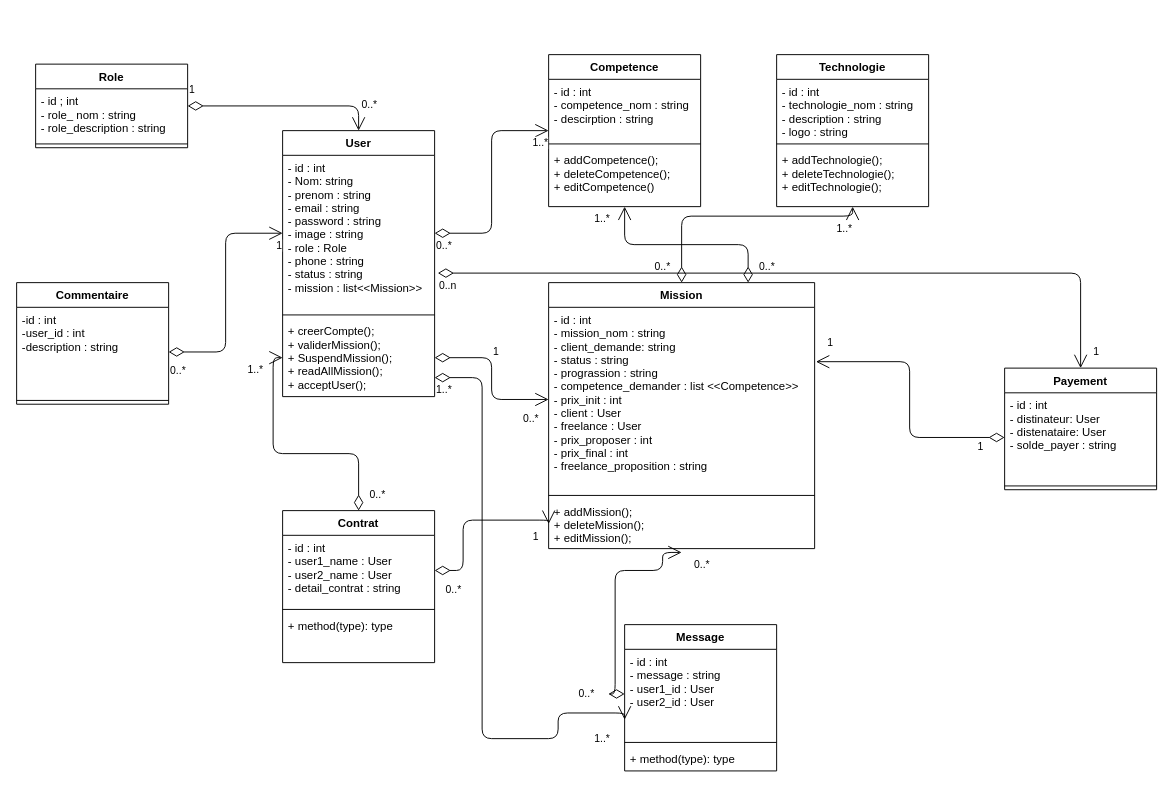
Earlier version of the draw.io diagram ClassDiagram.drawio (abdell3/WorkHub-Platform-Freelencing). Source tidied: cells renumbered, new cells numbered last; positions are measured from the earlier drawing's top-left corner, leaving out a move shared by most shapes. Both pictures are drawn from the tidied source at 95%, with x=0, y=0 at pixel (16, 54).
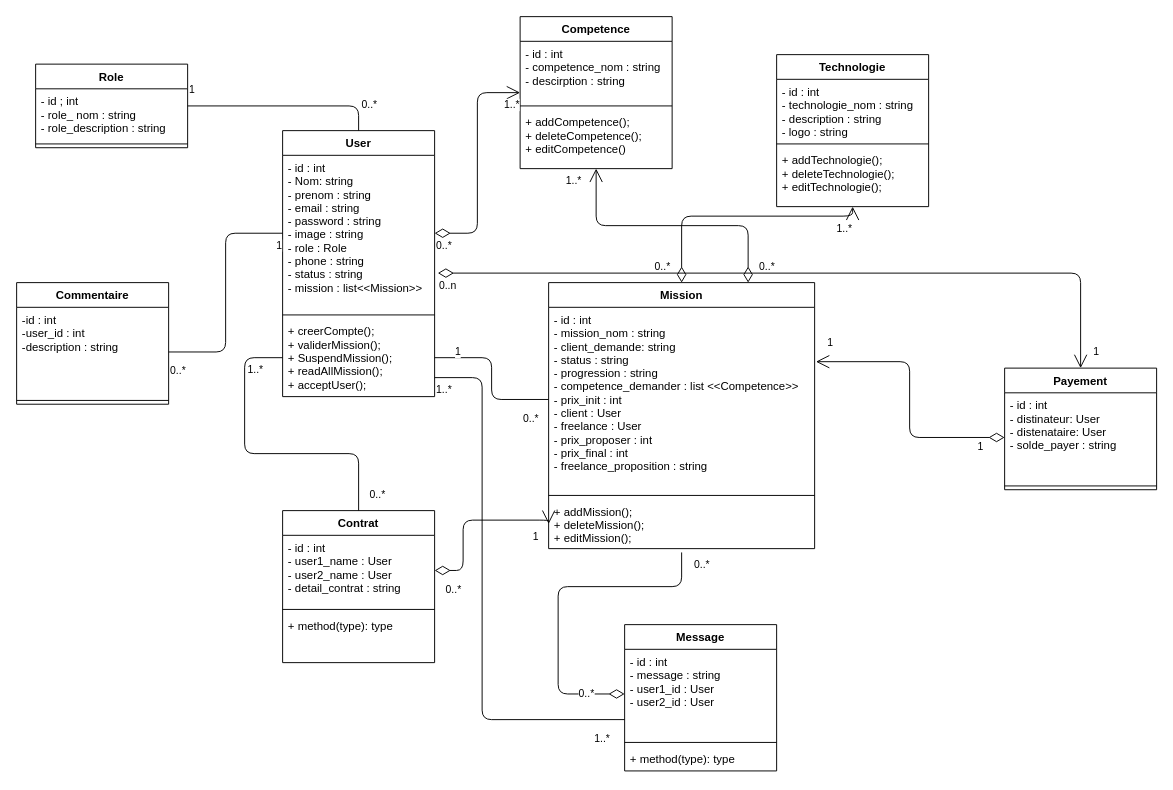
Above is the later version.

Unchanged cells that the change refers to:
```xml
<mxCell id="2" value="User" style="swimlane;fontStyle=1;align=center;verticalAlign=top;horizontal=1;startSize=26;" parent="1" vertex="1">
  <mxGeometry x="280" y="80" width="160" height="280" as="geometry" />
</mxCell>
<mxCell id="3" value="- id : int&#10;- Nom: string&#10;- prenom : string&#10;- email : string&#10;- password : string&#10;- image : string&#10;- role : Role &#10;- phone : string&#10;- status : string&#10;- mission : list&lt;&lt;Mission&gt;&gt;&#10;&#10;" style="text;strokeColor=none;fillColor=none;align=left;verticalAlign=top;spacingLeft=4;spacingRight=4;overflow=hidden;points=[[0,0.5],[1,0.5]];portConstraint=eastwest;" parent="2" vertex="1">
  <mxGeometry y="26" width="160" height="164" as="geometry" />
</mxCell>
<mxCell id="5" value="+ creerCompte();&#10;+ validerMission();&#10;+ SuspendMission();&#10;+ readAllMission();&#10;+ acceptUser();" style="text;strokeColor=none;fillColor=none;align=left;verticalAlign=top;spacingLeft=4;spacingRight=4;overflow=hidden;points=[[0,0.5],[1,0.5]];portConstraint=eastwest;" parent="2" vertex="1">
  <mxGeometry y="198" width="160" height="82" as="geometry" />
</mxCell>
<mxCell id="6" value="Role" style="swimlane;fontStyle=1;align=center;verticalAlign=top;horizontal=1;startSize=26;" parent="1" vertex="1">
  <mxGeometry x="20" y="10" width="160" height="88" as="geometry" />
</mxCell>
<mxCell id="9" value="Mission" style="swimlane;fontStyle=1;align=center;verticalAlign=top;horizontal=1;startSize=26;" parent="1" vertex="1">
  <mxGeometry x="560" y="240" width="280" height="280" as="geometry" />
</mxCell>
<mxCell id="37" value="-id : int&#10;-user_id : int&#10;-description : string " style="text;strokeColor=none;fillColor=none;align=left;verticalAlign=top;spacingLeft=4;spacingRight=4;overflow=hidden;points=[[0,0.5],[1,0.5]];portConstraint=eastwest;" parent="36" vertex="1">
  <mxGeometry y="26" width="160" height="94" as="geometry" />
</mxCell>
<mxCell id="40" value="- id : int&#10;- message : string&#10;- user1_id : User&#10;- user2_id : User" style="text;strokeColor=none;fillColor=none;align=left;verticalAlign=top;spacingLeft=4;spacingRight=4;overflow=hidden;points=[[0,0.5],[1,0.5]];portConstraint=eastwest;" parent="39" vertex="1">
  <mxGeometry y="26" width="160" height="94" as="geometry" />
</mxCell>
<mxCell id="49" value="Contrat" style="swimlane;fontStyle=1;align=center;verticalAlign=top;horizontal=1;startSize=26;" parent="1" vertex="1">
  <mxGeometry x="280" y="480" width="160" height="160" as="geometry" />
</mxCell>
<mxCell id="56" value="Payement" style="swimlane;fontStyle=1;align=center;verticalAlign=top;horizontal=1;startSize=26;" parent="1" vertex="1">
  <mxGeometry x="1040" y="330" width="160" height="128" as="geometry" />
</mxCell>
```

Diff of the diagram source:
```diff
@@
-    <mxCell id="10" value="- id : int &#10;- mission_nom : string&#10;- client_demande: string&#10;- status : string&#10;- prograssion : string&#10;- competence_demander : list &lt;&lt;Competence&gt;&gt;&#10;- prix_init : int&#10;- client : User&#10;- freelance : User&#10;- prix_proposer : int&#10;- prix_final : int&#10;- freelance_proposition : string" style="text;strokeColor=none;fillColor=none;align=left;verticalAlign=top;spacingLeft=4;spacingRight=4;overflow=hidden;points=[[0,0.5],[1,0.5]];portConstraint=eastwest;" parent="9" vertex="1">
+    <mxCell id="10" value="- id : int &#10;- mission_nom : string&#10;- client_demande: string&#10;- status : string&#10;- progression : string&#10;- competence_demander : list &lt;&lt;Competence&gt;&gt;&#10;- prix_init : int&#10;- client : User&#10;- freelance : User&#10;- prix_proposer : int&#10;- prix_final : int&#10;- freelance_proposition : string" style="text;strokeColor=none;fillColor=none;align=left;verticalAlign=top;spacingLeft=4;spacingRight=4;overflow=hidden;points=[[0,0.5],[1,0.5]];portConstraint=eastwest;" parent="9" vertex="1">
       <mxGeometry y="26" width="280" height="194" as="geometry" />
     </mxCell>
@@
     <mxCell id="13" value="Competence" style="swimlane;fontStyle=1;align=center;verticalAlign=top;horizontal=1;startSize=26;" parent="1" vertex="1">
-      <mxGeometry x="560" width="160" height="160" as="geometry" />
+      <mxGeometry x="530" y="-40" width="160" height="160" as="geometry" />
     </mxCell>
@@
-    <mxCell id="24" style="endArrow=open;html=1;endSize=12;startArrow=diamondThin;startSize=14;startFill=0;edgeStyle=orthogonalEdgeStyle;entryX=0.5;entryY=0;entryDx=0;entryDy=0;" parent="1" edge="1" source="6" target="2">
+    <mxCell id="24" style="endArrow=none;html=1;endSize=12;startArrow=none;startSize=14;startFill=0;edgeStyle=orthogonalEdgeStyle;entryX=0.5;entryY=0;entryDx=0;entryDy=0;endFill=0;" parent="1" edge="1" source="6" target="2">
       <mxGeometry relative="1" as="geometry" />
     </mxCell>
@@
-    <mxCell id="27" style="endArrow=open;html=1;endSize=12;startArrow=diamondThin;startSize=14;startFill=0;edgeStyle=orthogonalEdgeStyle;exitX=1;exitY=0.5;exitDx=0;exitDy=0;" parent="1" edge="1" source="5" target="10">
+    <mxCell id="27" style="endArrow=none;html=1;endSize=12;startArrow=none;startSize=14;startFill=0;edgeStyle=orthogonalEdgeStyle;exitX=1;exitY=0.5;exitDx=0;exitDy=0;endFill=0;" parent="1" edge="1" source="5" target="10">
       <mxGeometry relative="1" as="geometry" />
     </mxCell>
     <mxCell id="28" value="1" style="edgeLabel;html=1;align=left;verticalAlign=top;" parent="27" vertex="1">
       <mxGeometry x="-1" relative="1" as="geometry">
-        <mxPoint x="60" y="-19" as="offset" />
+        <mxPoint x="20" y="-19" as="offset" />
       </mxGeometry>
     </mxCell>
@@
-    <mxCell id="43" style="endArrow=open;html=1;endSize=12;startArrow=diamondThin;startSize=14;startFill=0;edgeStyle=orthogonalEdgeStyle;exitX=1;exitY=0.5;exitDx=0;exitDy=0;entryX=0;entryY=0.5;entryDx=0;entryDy=0;" parent="1" edge="1" source="37" target="3">
+    <mxCell id="43" style="endArrow=none;html=1;endSize=12;startArrow=none;startSize=14;startFill=0;edgeStyle=orthogonalEdgeStyle;exitX=1;exitY=0.5;exitDx=0;exitDy=0;entryX=0;entryY=0.5;entryDx=0;entryDy=0;endFill=0;" parent="1" edge="1" source="37" target="3">
       <mxGeometry relative="1" as="geometry" />
     </mxCell>
@@
-    <mxCell id="46" style="endArrow=open;html=1;endSize=12;startArrow=diamondThin;startSize=14;startFill=0;edgeStyle=orthogonalEdgeStyle;" parent="1" edge="1" source="40">
+    <mxCell id="46" style="endArrow=none;html=1;endSize=12;startArrow=diamondThin;startSize=14;startFill=0;edgeStyle=orthogonalEdgeStyle;endFill=0;" parent="1" edge="1" source="40">
       <mxGeometry x="0.09" y="-27" relative="1" as="geometry">
         <mxPoint x="700" y="524" as="targetPoint" />
         <Array as="points">
-          <mxPoint x="630" y="673" />
-          <mxPoint x="630" y="543" />
-          <mxPoint x="680" y="543" />
-          <mxPoint x="680" y="524" />
+          <mxPoint x="570" y="673" />
+          <mxPoint x="570" y="560" />
+          <mxPoint x="700" y="560" />
         </Array>
       </mxGeometry>
     </mxCell>
@@
-    <mxCell id="53" style="endArrow=open;html=1;endSize=12;startArrow=diamondThin;startSize=14;startFill=0;edgeStyle=orthogonalEdgeStyle;exitX=0.5;exitY=0;exitDx=0;exitDy=0;entryX=0;entryY=0.5;entryDx=0;entryDy=0;" parent="1" edge="1" source="49" target="5">
-      <mxGeometry relative="1" as="geometry" />
+    <mxCell id="53" style="endArrow=none;html=1;endSize=12;startArrow=none;startSize=14;startFill=0;edgeStyle=orthogonalEdgeStyle;exitX=0.5;exitY=0;exitDx=0;exitDy=0;entryX=0;entryY=0.5;entryDx=0;entryDy=0;endFill=0;" parent="1" edge="1" source="49" target="5">
+      <mxGeometry relative="1" as="geometry">
+        <Array as="points">
+          <mxPoint x="360" y="420" />
+          <mxPoint x="240" y="420" />
+          <mxPoint x="240" y="319" />
+        </Array>
+      </mxGeometry>
     </mxCell>
@@
     <mxCell id="62" style="endArrow=open;html=1;endSize=12;startArrow=diamondThin;startSize=14;startFill=0;edgeStyle=orthogonalEdgeStyle;entryX=0.5;entryY=0;entryDx=0;entryDy=0;exitX=1.021;exitY=0.756;exitDx=0;exitDy=0;exitPerimeter=0;" parent="1" edge="1" source="3" target="56">
-      <mxGeometry relative="1" as="geometry" />
+      <mxGeometry relative="1" as="geometry">
+        <Array as="points">
+          <mxPoint x="1120" y="230" />
+        </Array>
+      </mxGeometry>
     </mxCell>
@@
-    <mxCell id="68" style="endArrow=open;html=1;endSize=12;startArrow=diamondThin;startSize=14;startFill=0;edgeStyle=orthogonalEdgeStyle;entryX=0;entryY=0.787;entryDx=0;entryDy=0;entryPerimeter=0;" parent="1" edge="1" target="40">
+    <mxCell id="68" style="endArrow=none;html=1;endSize=12;startArrow=none;startSize=14;startFill=0;edgeStyle=orthogonalEdgeStyle;entryX=0;entryY=0.787;entryDx=0;entryDy=0;entryPerimeter=0;endFill=0;" parent="1" edge="1" target="40">
       <mxGeometry relative="1" as="geometry">
         <mxPoint x="440" y="340" as="sourcePoint" />
         <Array as="points">
           <mxPoint x="490" y="340" />
-          <mxPoint x="490" y="720" />
-          <mxPoint x="570" y="720" />
-          <mxPoint x="570" y="693" />
-          <mxPoint x="640" y="693" />
+          <mxPoint x="490" y="700" />
         </Array>
       </mxGeometry>
     </mxCell>
```
